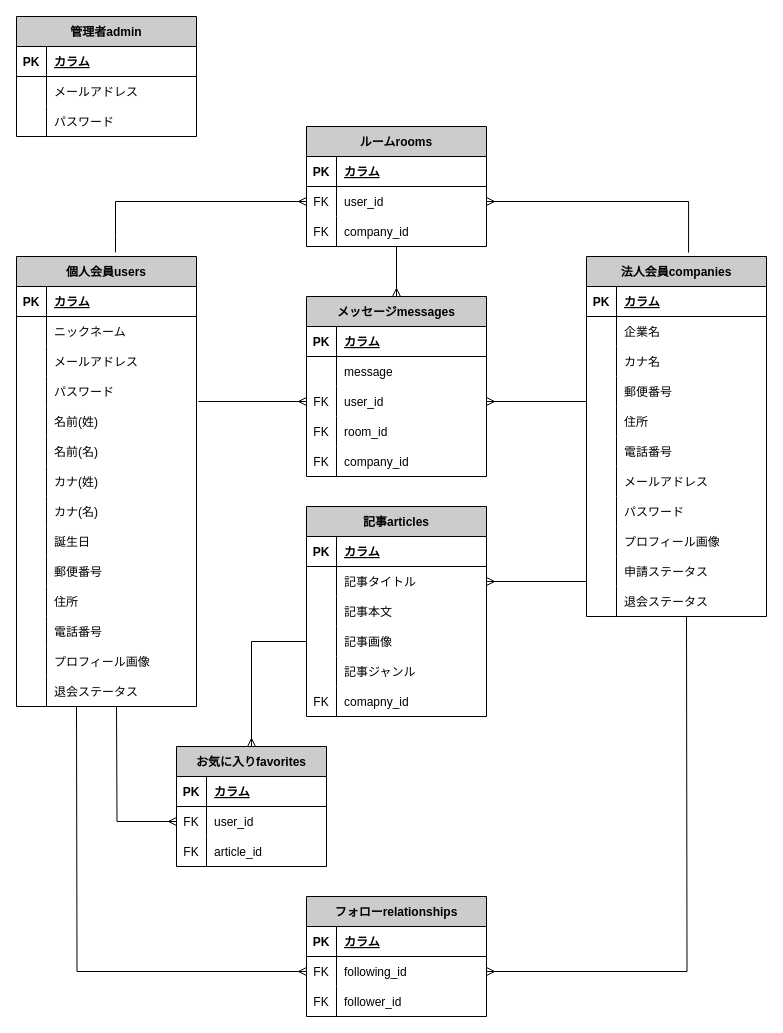
Above: table.drawio in sakaiyoshiaki/e-score (draw.io), before the change. Source tidied: cells renumbered, new cells numbered last; positions are measured from the earlier drawing's top-left corner, leaving out a move shared by most shapes. Both pictures are drawn from the tidied source at 100%, with x=0, y=0 at pixel (16, 16).
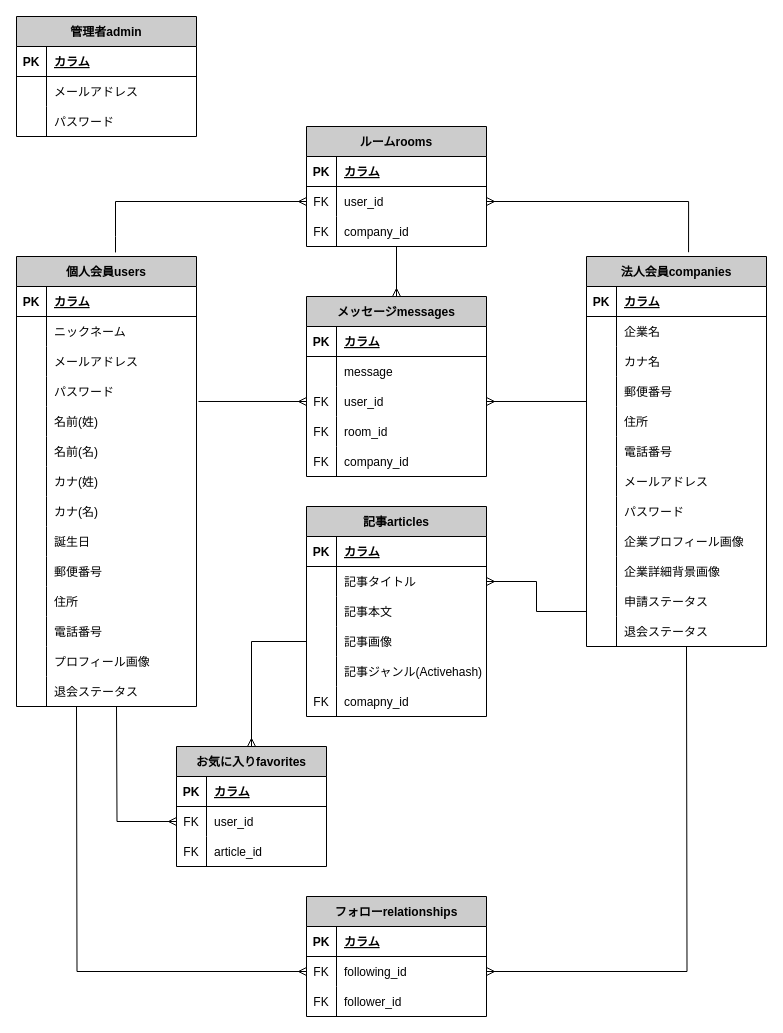
After the change.

The change refers to these unchanged cells:
```xml
<mxCell id="70" style="shape=partialRectangle;fillColor=none;top=0;left=0;bottom=0;right=0;" parent="45" vertex="1">
  <mxGeometry y="270" width="180" height="30" as="geometry" />
</mxCell>
<mxCell id="92" style="shape=partialRectangle;fillColor=none;top=0;left=0;bottom=0;right=0;" parent="79" vertex="1">
  <mxGeometry y="150" width="180" height="30" as="geometry" />
</mxCell>
<mxCell id="139" style="shape=partialRectangle;fillColor=none;top=0;left=0;bottom=0;right=0;points=[[0,0.5],[1,0.5]];portConstraint=eastwest;" parent="135" vertex="1">
  <mxGeometry y="60" width="180" height="30" as="geometry" />
</mxCell>
```

Diff of the diagram source:
```diff
@@
     <mxCell id="45" value="法人会員companies" style="shape=table;startSize=30;childLayout=tableLayout;rowLines=0;fontStyle=1;align=center;strokeColor=#000000;fontColor=#000000;fillColor=#CCCCCC;" parent="1" vertex="1">
-      <mxGeometry x="570" y="240" width="180" height="360" as="geometry" />
+      <mxGeometry x="570" y="240" width="180" height="390" as="geometry" />
     </mxCell>
@@
-    <mxCell id="72" value="プロフィール画像" style="shape=partialRectangle;fillColor=none;top=0;left=0;bottom=0;right=0;align=left;spacingLeft=6;overflow=hidden;fontColor=#000000;verticalAlign=middle;" parent="70" vertex="1">
+    <mxCell id="72" value="企業プロフィール画像" style="shape=partialRectangle;fillColor=none;top=0;left=0;bottom=0;right=0;align=left;spacingLeft=6;overflow=hidden;fontColor=#000000;verticalAlign=middle;" parent="70" vertex="1">
       <mxGeometry x="30" width="150" height="30" as="geometry" />
     </mxCell>
+    <mxCell id="164" style="shape=partialRectangle;fillColor=none;top=0;left=0;bottom=0;right=0;" parent="45" vertex="1">
+      <mxGeometry y="300" width="180" height="30" as="geometry" />
+    </mxCell>
+    <mxCell id="165" style="shape=partialRectangle;fillColor=none;top=0;left=0;bottom=0;right=0;overflow=hidden;" parent="164" vertex="1">
+      <mxGeometry width="30" height="30" as="geometry" />
+    </mxCell>
+    <mxCell id="166" value="企業詳細背景画像" style="shape=partialRectangle;fillColor=none;top=0;left=0;bottom=0;right=0;align=left;spacingLeft=6;overflow=hidden;fontColor=#000000;verticalAlign=middle;" parent="164" vertex="1">
+      <mxGeometry x="30" width="150" height="30" as="geometry" />
+    </mxCell>
     <mxCell id="73" style="shape=partialRectangle;fillColor=none;top=0;left=0;bottom=0;right=0;points=[[0,0.5],[1,0.5]];portConstraint=eastwest;" parent="45" vertex="1">
-      <mxGeometry y="300" width="180" height="30" as="geometry" />
+      <mxGeometry y="330" width="180" height="30" as="geometry" />
     </mxCell>
@@
     <mxCell id="76" style="shape=partialRectangle;fillColor=none;top=0;left=0;bottom=0;right=0;" parent="45" vertex="1">
-      <mxGeometry y="330" width="180" height="30" as="geometry" />
+      <mxGeometry y="360" width="180" height="30" as="geometry" />
     </mxCell>
@@
-    <mxCell id="94" value="記事ジャンル" style="shape=partialRectangle;fillColor=none;top=0;left=0;bottom=0;right=0;align=left;spacingLeft=6;overflow=hidden;fontColor=#000000;verticalAlign=middle;" parent="92" vertex="1">
+    <mxCell id="94" value="記事ジャンル(Activehash)" style="shape=partialRectangle;fillColor=none;top=0;left=0;bottom=0;right=0;align=left;spacingLeft=6;overflow=hidden;fontColor=#000000;verticalAlign=middle;" parent="92" vertex="1">
       <mxGeometry x="30" width="150" height="30" as="geometry" />
     </mxCell>
@@
     <mxCell id="156" style="edgeStyle=orthogonalEdgeStyle;rounded=0;jettySize=auto;html=1;exitX=1;exitY=0.5;exitDx=0;exitDy=0;startArrow=ERmany;startFill=0;endArrow=none;endFill=0;strokeColor=#000000;fontColor=#000000;" parent="1" edge="1" source="139">
       <mxGeometry relative="1" as="geometry">
-        <mxPoint x="670" y="600" as="targetPoint" />
+        <mxPoint x="670" y="630" as="targetPoint" />
       </mxGeometry>
     </mxCell>
```
